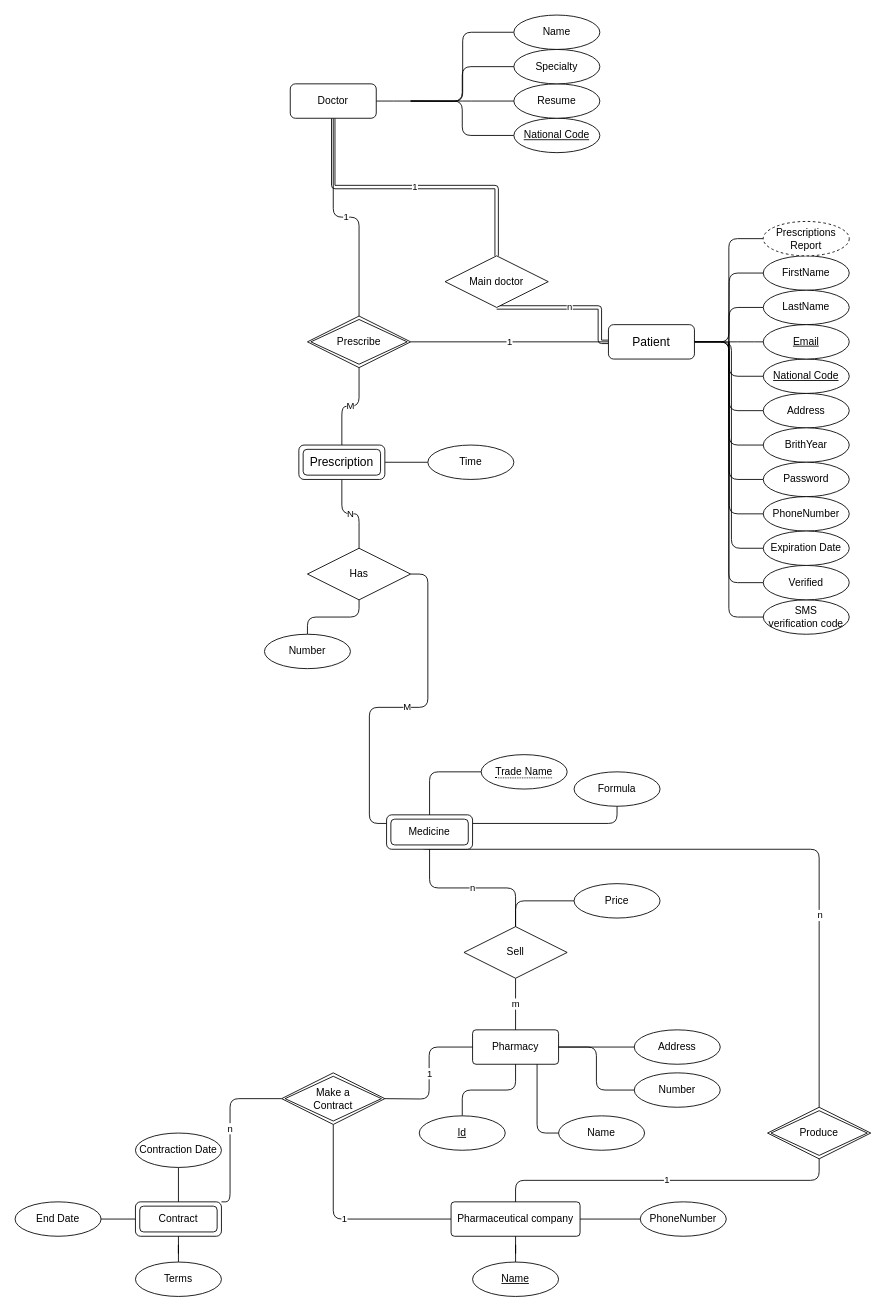
Above: Untitled Diagram.drawio in yasharzb/Health-Management (draw.io), before the change. Source tidied: cells renumbered, new cells numbered last; positions are measured from the earlier drawing's top-left corner, leaving out a move shared by most shapes. Both pictures are drawn from the tidied source at 86%, with x=0, y=0 at pixel (15, 15).
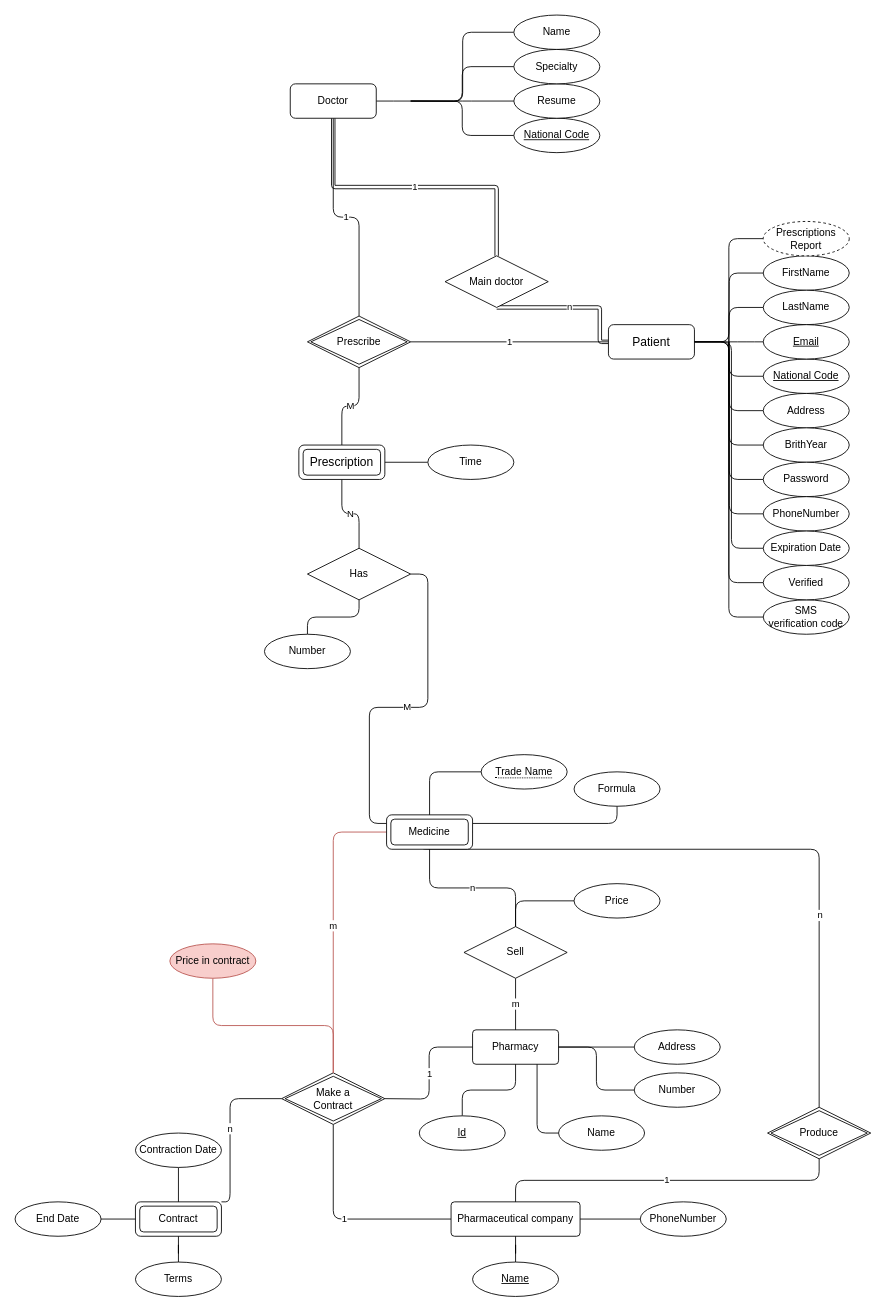
Above is the later version.

Commit message:
Add price in contract

The change refers to these unchanged cells:
```xml
<mxCell id="64" value="Make a&lt;br&gt;Contract" style="shape=rhombus;double=1;perimeter=rhombusPerimeter;whiteSpace=wrap;html=1;align=center;" parent="1" vertex="1">
  <mxGeometry x="310" y="1230" width="120" height="60" as="geometry" />
</mxCell>
<mxCell id="70" value="Medicine" style="shape=ext;margin=3;double=1;whiteSpace=wrap;html=1;align=center;rounded=1;" parent="1" vertex="1">
  <mxGeometry x="432" y="930" width="100" height="40" as="geometry" />
</mxCell>
```

The edit, as a diff of the source:
```diff
@@
+    <mxCell id="93" value="m" style="edgeStyle=orthogonalEdgeStyle;rounded=1;jettySize=auto;html=1;exitX=0;exitY=0.5;exitDx=0;exitDy=0;entryX=0.5;entryY=0;entryDx=0;entryDy=0;endArrow=none;endFill=0;fillColor=#f8cecc;strokeColor=#b85450;" parent="1" edge="1" source="70" target="64">
+      <mxGeometry relative="1" as="geometry" />
+    </mxCell>
@@
+    <mxCell id="94" style="edgeStyle=orthogonalEdgeStyle;rounded=1;jettySize=auto;html=1;exitX=0.5;exitY=1;exitDx=0;exitDy=0;entryX=0.5;entryY=0;entryDx=0;entryDy=0;endArrow=none;endFill=0;fillColor=#f8cecc;strokeColor=#b85450;" parent="1" edge="1" source="95" target="64">
+      <mxGeometry relative="1" as="geometry" />
+    </mxCell>
+    <mxCell id="95" value="Price in contract" style="ellipse;whiteSpace=wrap;html=1;align=center;fillColor=#f8cecc;strokeColor=#b85450;" parent="1" vertex="1">
+      <mxGeometry x="180" y="1080" width="100" height="40" as="geometry" />
+    </mxCell>
```
